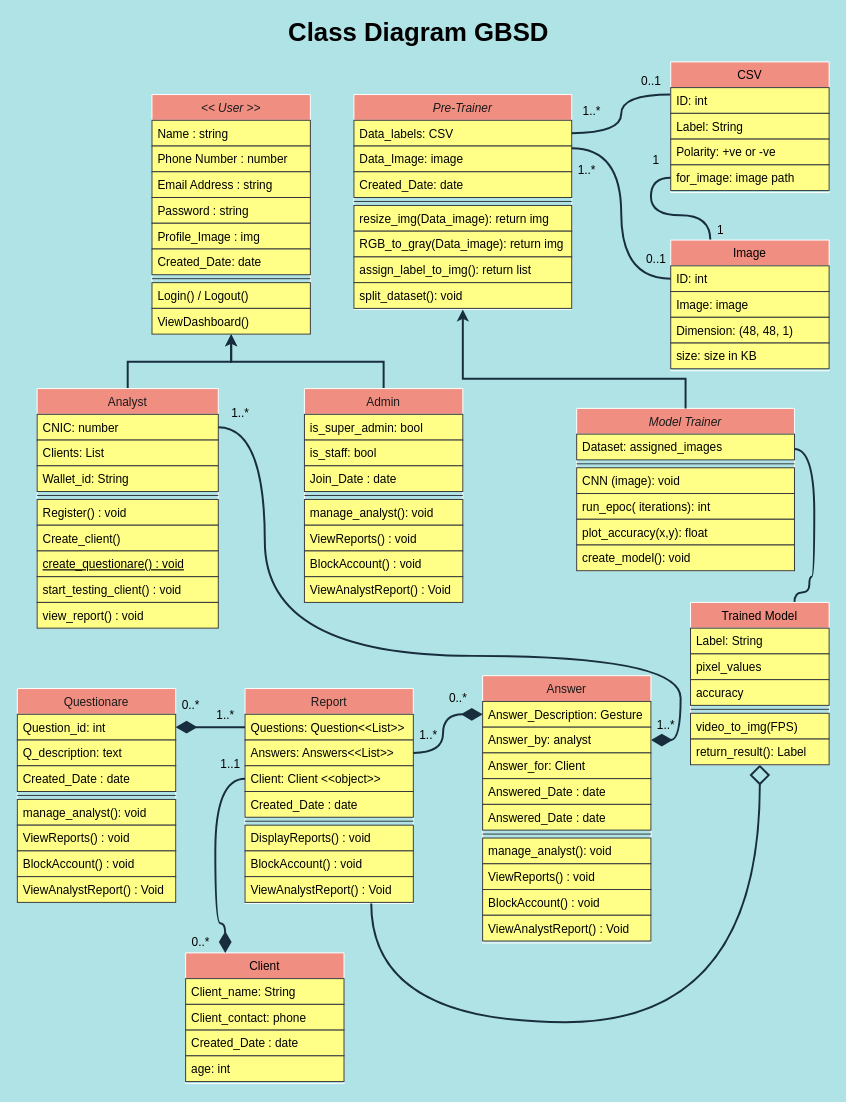
Earlier version of the draw.io diagram class_diagram_GBSD.drawio (mabdulrafea101/sohaib_fyp_docs). Source tidied: cells renumbered, new cells numbered last; positions are measured from the earlier drawing's top-left corner, leaving out a move shared by most shapes. Both pictures are drawn from the tidied source at 99%, with x=0, y=0 at pixel (17, 22).
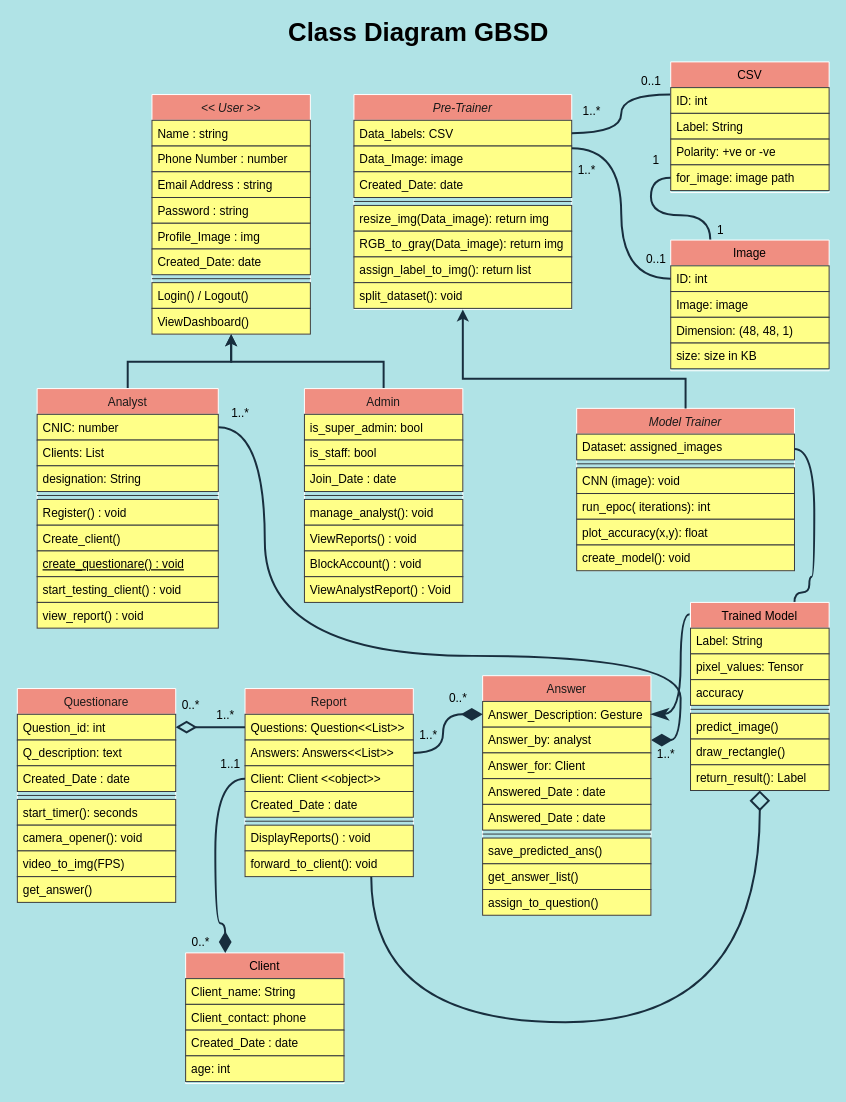
Above is the later version.

The change refers to these unchanged cells:
```xml
<mxCell id="13" value="Analyst" style="swimlane;fontStyle=0;align=center;verticalAlign=top;horizontal=1;startSize=26;rounded=0;shadow=0;strokeWidth=1;fillColor=#F08E81;strokeColor=#FFFFFF;fontColor=#1A1A1A;" parent="1" vertex="1">
  <mxGeometry x="20" y="370" width="183" height="242" as="geometry" />
</mxCell>
<mxCell id="34" value="Questionare" style="swimlane;fontStyle=0;align=center;verticalAlign=top;horizontal=1;startSize=26;rounded=0;shadow=0;strokeWidth=1;fillColor=#F08E81;strokeColor=#FFFFFF;fontColor=#1A1A1A;" parent="1" vertex="1">
  <mxGeometry y="673" width="160" height="216" as="geometry" />
</mxCell>
<mxCell id="35" value="Question_id: int" style="text;align=left;verticalAlign=top;spacingLeft=4;spacingRight=4;overflow=hidden;points=[[0,0.5],[1,0.5]];portConstraint=eastwest;fillColor=#ffff88;strokeColor=#36393d;" parent="34" vertex="1">
  <mxGeometry y="26" width="160" height="26" as="geometry" />
</mxCell>
<mxCell id="45" value="Answer_Description: Gesture" style="text;align=left;verticalAlign=top;spacingLeft=4;spacingRight=4;overflow=hidden;points=[[0,0.5],[1,0.5]];portConstraint=eastwest;fillColor=#ffff88;strokeColor=#36393d;" parent="44" vertex="1">
  <mxGeometry y="26" width="170" height="26" as="geometry" />
</mxCell>
<mxCell id="56" value="Questions: Question&lt;&lt;List&gt;&gt;" style="text;align=left;verticalAlign=top;spacingLeft=4;spacingRight=4;overflow=hidden;points=[[0,0.5],[1,0.5]];portConstraint=eastwest;fillColor=#ffff88;strokeColor=#36393d;" parent="55" vertex="1">
  <mxGeometry y="26" width="170" height="26" as="geometry" />
</mxCell>
```

Change to the diagram source:
```diff
@@
-    <mxCell id="16" value="Wallet_id: String" style="text;align=left;verticalAlign=top;spacingLeft=4;spacingRight=4;overflow=hidden;fillColor=#ffff88;strokeColor=#36393d;" parent="13" vertex="1">
+    <mxCell id="16" value="designation: String" style="text;align=left;verticalAlign=top;spacingLeft=4;spacingRight=4;overflow=hidden;fillColor=#ffff88;strokeColor=#36393d;" parent="13" vertex="1">
       <mxGeometry y="78" width="183" height="26" as="geometry" />
     </mxCell>
@@
-    <mxCell id="39" value="manage_analyst(): void" style="text;align=left;verticalAlign=top;spacingLeft=4;spacingRight=4;overflow=hidden;fillColor=#ffff88;strokeColor=#36393d;" parent="34" vertex="1">
+    <mxCell id="39" value="start_timer(): seconds" style="text;align=left;verticalAlign=top;spacingLeft=4;spacingRight=4;overflow=hidden;fillColor=#ffff88;strokeColor=#36393d;" parent="34" vertex="1">
       <mxGeometry y="112" width="160" height="26" as="geometry" />
     </mxCell>
-    <mxCell id="40" value="ViewReports() : void" style="text;align=left;verticalAlign=top;spacingLeft=4;spacingRight=4;overflow=hidden;fillColor=#ffff88;strokeColor=#36393d;" parent="34" vertex="1">
+    <mxCell id="40" value="camera_opener(): void" style="text;align=left;verticalAlign=top;spacingLeft=4;spacingRight=4;overflow=hidden;fillColor=#ffff88;strokeColor=#36393d;" parent="34" vertex="1">
       <mxGeometry y="138" width="160" height="26" as="geometry" />
     </mxCell>
-    <mxCell id="41" value="BlockAccount() : void" style="text;align=left;verticalAlign=top;spacingLeft=4;spacingRight=4;overflow=hidden;fillColor=#ffff88;strokeColor=#36393d;" parent="34" vertex="1">
+    <mxCell id="41" value="video_to_img(FPS)" style="text;align=left;verticalAlign=top;spacingLeft=4;spacingRight=4;overflow=hidden;fillColor=#ffff88;strokeColor=#36393d;" parent="34" vertex="1">
       <mxGeometry y="164" width="160" height="26" as="geometry" />
     </mxCell>
-    <mxCell id="42" value="ViewAnalystReport() : Void" style="text;align=left;verticalAlign=top;spacingLeft=4;spacingRight=4;overflow=hidden;fillColor=#ffff88;strokeColor=#36393d;" parent="34" vertex="1">
+    <mxCell id="42" value="get_answer()" style="text;align=left;verticalAlign=top;spacingLeft=4;spacingRight=4;overflow=hidden;fillColor=#ffff88;strokeColor=#36393d;" parent="34" vertex="1">
       <mxGeometry y="190" width="160" height="26" as="geometry" />
     </mxCell>
@@
     <mxCell id="44" value="Answer" style="swimlane;fontStyle=0;align=center;verticalAlign=top;horizontal=1;startSize=26;rounded=0;shadow=0;strokeWidth=1;fillColor=#F08E81;strokeColor=#FFFFFF;fontColor=#1A1A1A;" parent="1" vertex="1">
-      <mxGeometry x="470" y="660" width="170" height="270" as="geometry" />
+      <mxGeometry x="470" y="660" width="170" height="242" as="geometry" />
     </mxCell>
@@
-    <mxCell id="51" value="manage_analyst(): void" style="text;align=left;verticalAlign=top;spacingLeft=4;spacingRight=4;overflow=hidden;fillColor=#ffff88;strokeColor=#36393d;" parent="44" vertex="1">
+    <mxCell id="51" value="save_predicted_ans()" style="text;align=left;verticalAlign=top;spacingLeft=4;spacingRight=4;overflow=hidden;fillColor=#ffff88;strokeColor=#36393d;" parent="44" vertex="1">
       <mxGeometry y="164" width="170" height="26" as="geometry" />
     </mxCell>
-    <mxCell id="52" value="ViewReports() : void" style="text;align=left;verticalAlign=top;spacingLeft=4;spacingRight=4;overflow=hidden;fillColor=#ffff88;strokeColor=#36393d;" parent="44" vertex="1">
+    <mxCell id="52" value="get_answer_list()" style="text;align=left;verticalAlign=top;spacingLeft=4;spacingRight=4;overflow=hidden;fillColor=#ffff88;strokeColor=#36393d;" parent="44" vertex="1">
       <mxGeometry y="190" width="170" height="26" as="geometry" />
     </mxCell>
-    <mxCell id="53" value="BlockAccount() : void" style="text;align=left;verticalAlign=top;spacingLeft=4;spacingRight=4;overflow=hidden;fillColor=#ffff88;strokeColor=#36393d;" parent="44" vertex="1">
+    <mxCell id="53" value="assign_to_question()" style="text;align=left;verticalAlign=top;spacingLeft=4;spacingRight=4;overflow=hidden;fillColor=#ffff88;strokeColor=#36393d;" parent="44" vertex="1">
       <mxGeometry y="216" width="170" height="26" as="geometry" />
     </mxCell>
-    <mxCell id="54" value="ViewAnalystReport() : Void" style="text;align=left;verticalAlign=top;spacingLeft=4;spacingRight=4;overflow=hidden;fillColor=#ffff88;strokeColor=#36393d;" parent="44" vertex="1">
-      <mxGeometry y="242" width="170" height="26" as="geometry" />
-    </mxCell>
     <mxCell id="55" value="Report" style="swimlane;fontStyle=0;align=center;verticalAlign=top;horizontal=1;startSize=26;rounded=0;shadow=0;strokeWidth=1;fillColor=#F08E81;strokeColor=#FFFFFF;fontColor=#1A1A1A;" parent="1" vertex="1">
-      <mxGeometry x="230" y="673" width="170" height="217" as="geometry" />
+      <mxGeometry x="230" y="673" width="170" height="190" as="geometry" />
     </mxCell>
@@
-    <mxCell id="62" value="BlockAccount() : void" style="text;align=left;verticalAlign=top;spacingLeft=4;spacingRight=4;overflow=hidden;fillColor=#ffff88;strokeColor=#36393d;" parent="55" vertex="1">
+    <mxCell id="62" value="forward_to_client(): void" style="text;align=left;verticalAlign=top;spacingLeft=4;spacingRight=4;overflow=hidden;fillColor=#ffff88;strokeColor=#36393d;" parent="55" vertex="1">
       <mxGeometry y="164" width="170" height="26" as="geometry" />
     </mxCell>
-    <mxCell id="63" value="ViewAnalystReport() : Void" style="text;align=left;verticalAlign=top;spacingLeft=4;spacingRight=4;overflow=hidden;fillColor=#ffff88;strokeColor=#36393d;" parent="55" vertex="1">
-      <mxGeometry y="190" width="170" height="26" as="geometry" />
-    </mxCell>
@@
     <mxCell id="70" value="1..*" style="text;html=1;align=center;verticalAlign=middle;strokeColor=none;fillColor=none;fontSize=12;fontColor=#000000;" parent="1" vertex="1">
-      <mxGeometry x="640" y="700" width="30" height="20" as="geometry" />
+      <mxGeometry x="640" y="730" width="30" height="20" as="geometry" />
     </mxCell>
@@
-    <mxCell id="74" style="edgeStyle=orthogonalEdgeStyle;curved=1;rounded=0;sketch=0;jettySize=auto;html=1;exitX=1;exitY=0.5;exitDx=0;exitDy=0;entryX=0;entryY=0.5;entryDx=0;entryDy=0;fontSize=12;fontColor=#000000;startArrow=diamondThin;startFill=1;endArrow=none;endFill=0;startSize=16;endSize=8;sourcePerimeterSpacing=14;targetPerimeterSpacing=15;strokeColor=#182E3E;strokeWidth=2;" parent="1" edge="1" source="35" target="56">
+    <mxCell id="74" style="edgeStyle=orthogonalEdgeStyle;curved=1;rounded=0;sketch=0;jettySize=auto;html=1;exitX=1;exitY=0.5;exitDx=0;exitDy=0;entryX=0;entryY=0.5;entryDx=0;entryDy=0;fontSize=12;fontColor=#000000;startArrow=diamondThin;startFill=0;endArrow=none;endFill=0;startSize=16;endSize=8;sourcePerimeterSpacing=14;targetPerimeterSpacing=15;strokeColor=#182E3E;strokeWidth=2;" parent="1" edge="1" source="35" target="56">
       <mxGeometry relative="1" as="geometry" />
     </mxCell>
@@
     <mxCell id="118" value="Trained Model" style="swimlane;fontStyle=0;align=center;verticalAlign=top;horizontal=1;startSize=26;rounded=0;shadow=0;strokeWidth=1;fillColor=#F08E81;strokeColor=#FFFFFF;fontColor=#000000;" parent="1" vertex="1">
-      <mxGeometry x="680" y="586" width="140" height="164" as="geometry" />
+      <mxGeometry x="680" y="586" width="140" height="190" as="geometry" />
     </mxCell>
@@
-    <mxCell id="120" value="pixel_values" style="text;align=left;verticalAlign=top;spacingLeft=4;spacingRight=4;overflow=hidden;fillColor=#ffff88;strokeColor=#36393d;" parent="118" vertex="1">
+    <mxCell id="120" value="pixel_values: Tensor" style="text;align=left;verticalAlign=top;spacingLeft=4;spacingRight=4;overflow=hidden;fillColor=#ffff88;strokeColor=#36393d;" parent="118" vertex="1">
       <mxGeometry y="52" width="140" height="26" as="geometry" />
     </mxCell>
@@
-    <mxCell id="123" value="video_to_img(FPS)" style="text;align=left;verticalAlign=top;spacingLeft=4;spacingRight=4;overflow=hidden;fillColor=#ffff88;strokeColor=#36393d;" parent="118" vertex="1">
+    <mxCell id="123" value="predict_image()" style="text;align=left;verticalAlign=top;spacingLeft=4;spacingRight=4;overflow=hidden;fillColor=#ffff88;strokeColor=#36393d;" parent="118" vertex="1">
       <mxGeometry y="112" width="140" height="26" as="geometry" />
     </mxCell>
+    <mxCell id="125" value="draw_rectangle()" style="text;align=left;verticalAlign=top;spacingLeft=4;spacingRight=4;overflow=hidden;fillColor=#ffff88;strokeColor=#36393d;" parent="118" vertex="1">
+      <mxGeometry y="138" width="140" height="26" as="geometry" />
+    </mxCell>
     <mxCell id="124" value="return_result(): Label" style="text;align=left;verticalAlign=top;spacingLeft=4;spacingRight=4;overflow=hidden;fillColor=#ffff88;strokeColor=#36393d;" parent="118" vertex="1">
-      <mxGeometry y="138" width="140" height="26" as="geometry" />
+      <mxGeometry y="164" width="140" height="26" as="geometry" />
     </mxCell>
+    <mxCell id="126" style="edgeStyle=orthogonalEdgeStyle;curved=1;rounded=0;sketch=0;jettySize=auto;html=1;exitX=1;exitY=0.5;exitDx=0;exitDy=0;entryX=-0.007;entryY=0.063;entryDx=0;entryDy=0;entryPerimeter=0;fontSize=12;fontColor=#000000;startArrow=classicThin;startFill=1;endArrow=none;endFill=0;startSize=12;endSize=8;sourcePerimeterSpacing=14;targetPerimeterSpacing=15;strokeColor=#182E3E;strokeWidth=2;" parent="1" edge="1" source="45" target="118">
+      <mxGeometry relative="1" as="geometry">
+        <Array as="points">
+          <mxPoint x="670" y="699" />
+          <mxPoint x="670" y="598" />
+        </Array>
+      </mxGeometry>
+    </mxCell>
```
